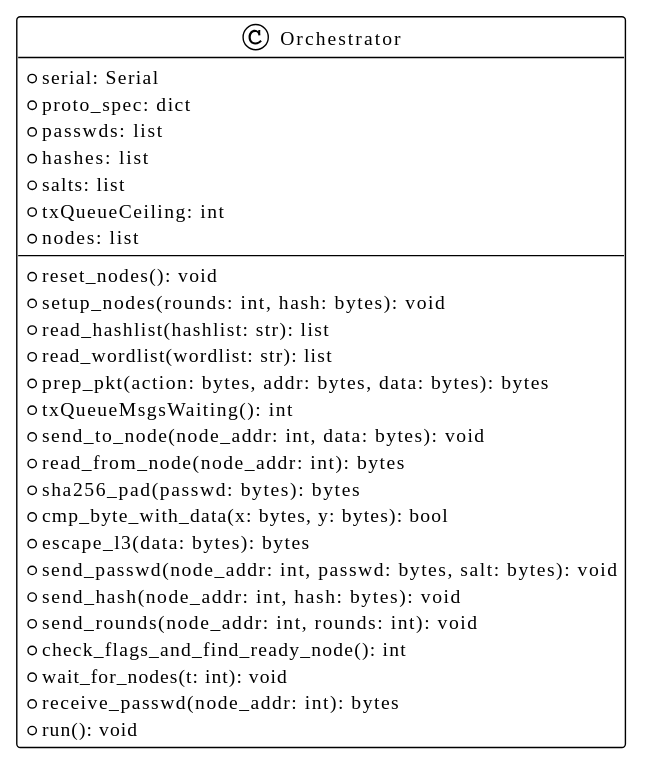
Before: figures/prototype/orchestrator/class_diagram.svg, a diagram exported from PlantUML (Niclasapdk/ESD3_project).
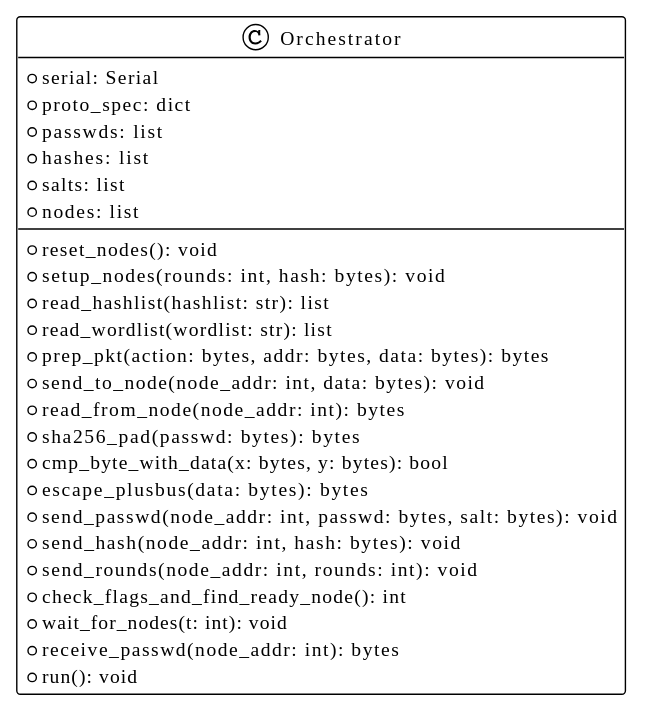
After the change.

Commit message:
export figs

What changed in the source:
```diff
@@ -8,7 +8,6 @@
   + passwds: list
   + hashes: list
   + salts: list
-  + txQueueCeiling: int
   + nodes: list
 
   + reset_nodes(): void
@@ -16,12 +15,11 @@
   + read_hashlist(hashlist: str): list
   + read_wordlist(wordlist: str): list
   + prep_pkt(action: bytes, addr: bytes, data: bytes): bytes
-  + txQueueMsgsWaiting(): int
   + send_to_node(node_addr: int, data: bytes): void
   + read_from_node(node_addr: int): bytes
   + sha256_pad(passwd: bytes): bytes
   + cmp_byte_with_data(x: bytes, y: bytes): bool
-  + escape_l3(data: bytes): bytes
+  + escape_plusbus(data: bytes): bytes
   + send_passwd(node_addr: int, passwd: bytes, salt: bytes): void
   + send_hash(node_addr: int, hash: bytes): void
   + send_rounds(node_addr: int, rounds: int): void
```
